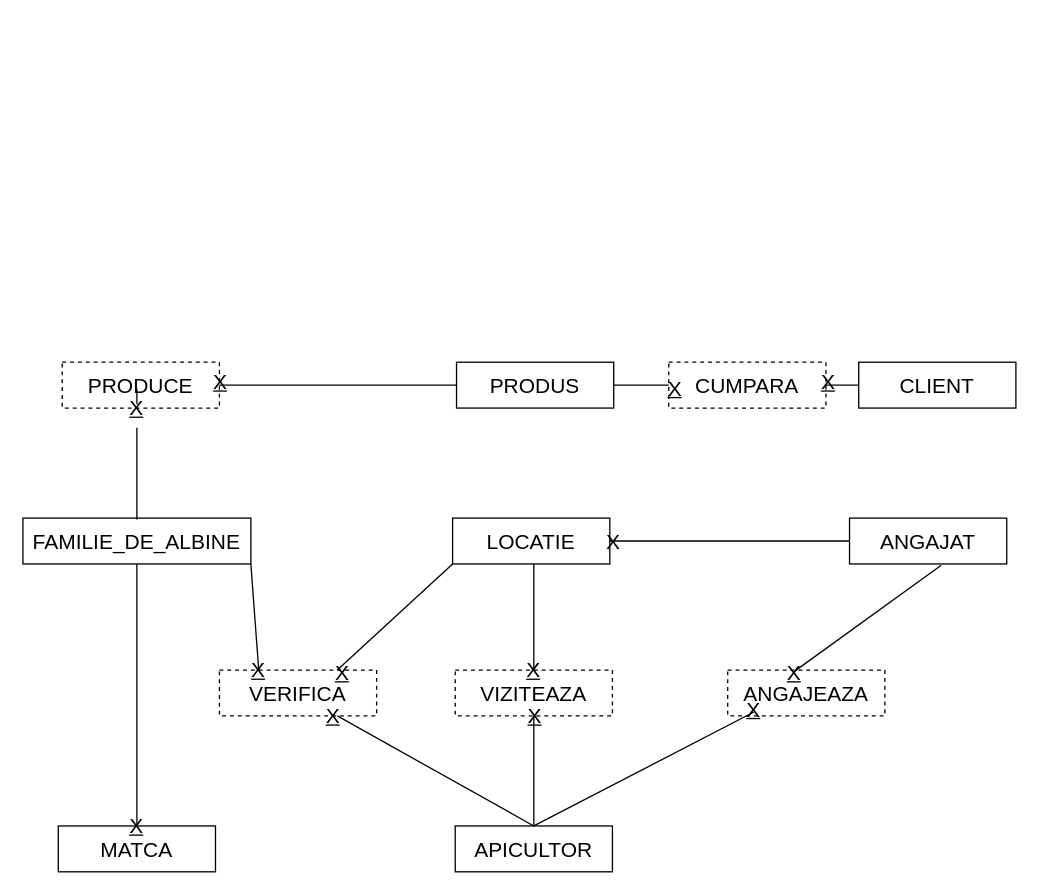
This is page "Pagina-2" (2 of 2) of Diagramă fără titlu.drawio from Matoka26/DataBase-Stupina, a draw.io file, before an edit. Source tidied: cells renumbered, new cells numbered last; positions are measured from the earlier drawing's top-left corner, leaving out a move shared by most shapes. Both pictures are drawn from the tidied source at 131%, with x=0, y=0 at pixel (22, 362).
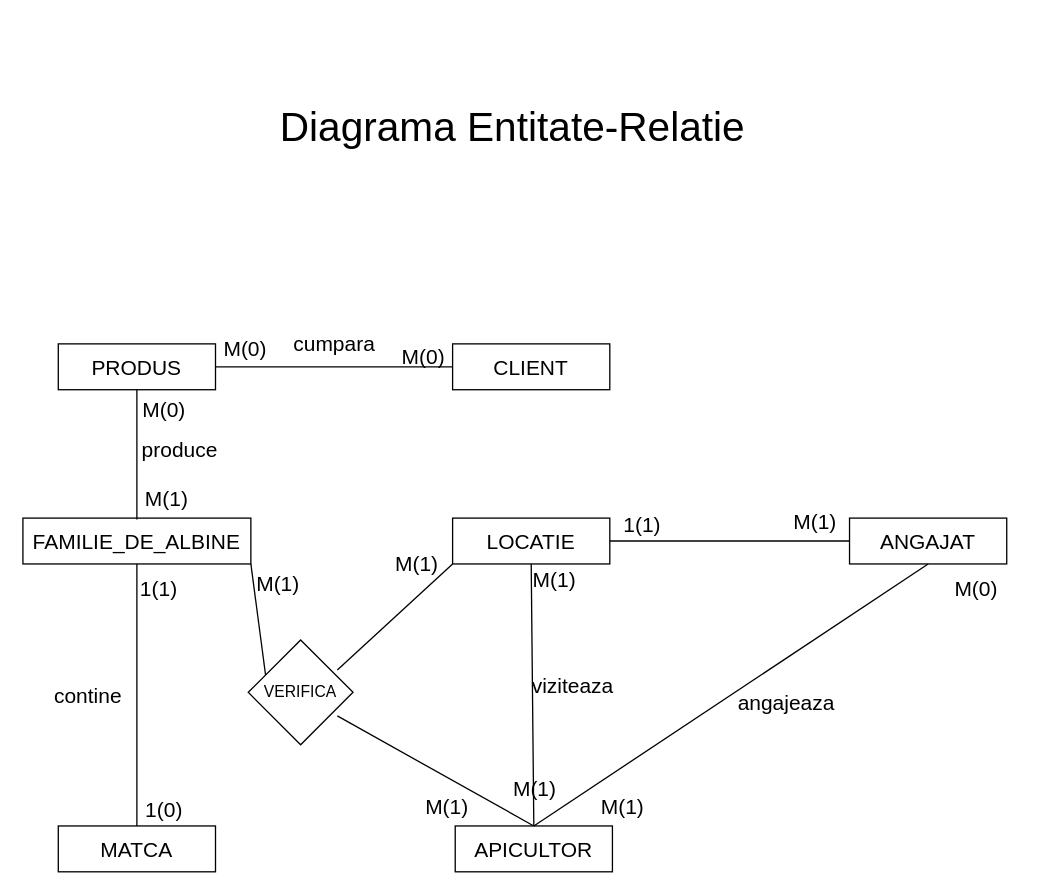
Above is the later version.

Unchanged cells that the change refers to:
```xml
<mxCell id="5" value="FAMILIE_DE_ALBINE" style="rounded=0;whiteSpace=wrap;html=1;fontSize=16;" parent="1" vertex="1">
  <mxGeometry y="119" width="174" height="35" as="geometry" />
</mxCell>
<mxCell id="6" value="ANGAJAT" style="rounded=0;whiteSpace=wrap;html=1;fontSize=16;" parent="1" vertex="1">
  <mxGeometry x="631" y="119" width="120" height="35" as="geometry" />
</mxCell>
<mxCell id="7" value="LOCATIE" style="rounded=0;whiteSpace=wrap;html=1;fontSize=16;" parent="1" vertex="1">
  <mxGeometry x="328" y="119" width="120" height="35" as="geometry" />
</mxCell>
<mxCell id="8" value="APICULTOR" style="rounded=0;whiteSpace=wrap;html=1;fontSize=16;" parent="1" vertex="1">
  <mxGeometry x="330" y="354" width="120" height="35" as="geometry" />
</mxCell>
```

Change to the diagram source:
```diff
@@
     <mxCell id="2" value="PRODUS" style="rounded=0;whiteSpace=wrap;html=1;fontSize=16;" parent="1" vertex="1">
-      <mxGeometry x="331" width="120" height="35" as="geometry" />
+      <mxGeometry x="27" y="-14" width="120" height="35" as="geometry" />
     </mxCell>
     <mxCell id="3" value="CLIENT" style="rounded=0;whiteSpace=wrap;html=1;fontSize=16;" parent="1" vertex="1">
-      <mxGeometry x="638" width="120" height="35" as="geometry" />
+      <mxGeometry x="328" y="-14" width="120" height="35" as="geometry" />
     </mxCell>
@@
-    <mxCell id="9" value="CUMPARA" style="rounded=0;whiteSpace=wrap;html=1;fontSize=16;dashed=1;" parent="1" vertex="1">
-      <mxGeometry x="493" width="120" height="35" as="geometry" />
-    </mxCell>
-    <mxCell id="10" value="ANGAJEAZA" style="rounded=0;whiteSpace=wrap;html=1;fontSize=16;dashed=1;" parent="1" vertex="1">
-      <mxGeometry x="538" y="235" width="120" height="35" as="geometry" />
-    </mxCell>
-    <mxCell id="11" value="PRODUCE" style="rounded=0;whiteSpace=wrap;html=1;fontSize=16;dashed=1;" parent="1" vertex="1">
-      <mxGeometry x="30" width="120" height="35" as="geometry" />
-    </mxCell>
-    <mxCell id="12" value="VERIFICA" style="rounded=0;whiteSpace=wrap;html=1;fontSize=16;dashed=1;" parent="1" vertex="1">
-      <mxGeometry x="150" y="235" width="120" height="35" as="geometry" />
-    </mxCell>
-    <mxCell id="13" value="VIZITEAZA" style="rounded=0;whiteSpace=wrap;html=1;fontSize=16;dashed=1;" parent="1" vertex="1">
-      <mxGeometry x="330" y="235" width="120" height="35" as="geometry" />
-    </mxCell>
@@
-    <mxCell id="15" style="endArrow=none;html=1;rounded=0;fontSize=12;startSize=8;endSize=8;curved=1;exitX=0.75;exitY=0;exitDx=0;exitDy=0;entryX=0;entryY=1;entryDx=0;entryDy=0;" parent="1" edge="1" source="12" target="7">
-      <mxGeometry relative="1" as="geometry" />
+    <mxCell id="15" style="endArrow=none;html=1;rounded=0;fontSize=12;startSize=8;endSize=8;curved=1;exitX=0.75;exitY=0;exitDx=0;exitDy=0;entryX=0;entryY=1;entryDx=0;entryDy=0;" parent="1" edge="1" target="7">
+      <mxGeometry relative="1" as="geometry">
+        <mxPoint x="240" y="235" as="sourcePoint" />
+      </mxGeometry>
     </mxCell>
-    <mxCell id="16" style="endArrow=none;html=1;rounded=0;fontSize=12;startSize=8;endSize=8;curved=1;exitX=1;exitY=1;exitDx=0;exitDy=0;entryX=0.25;entryY=0;entryDx=0;entryDy=0;" parent="1" edge="1" source="5" target="12">
+    <mxCell id="16" style="endArrow=none;html=1;rounded=0;fontSize=12;startSize=8;endSize=8;curved=1;exitX=1;exitY=1;exitDx=0;exitDy=0;entryX=0.165;entryY=0.332;entryDx=0;entryDy=0;entryPerimeter=0;" parent="1" edge="1" source="5" target="62">
       <mxGeometry relative="1" as="geometry" />
     </mxCell>
-    <mxCell id="17" style="endArrow=none;html=1;rounded=0;fontSize=12;startSize=8;endSize=8;curved=1;exitX=0.75;exitY=1;exitDx=0;exitDy=0;entryX=0.5;entryY=0;entryDx=0;entryDy=0;" parent="1" edge="1" source="12" target="8">
-      <mxGeometry relative="1" as="geometry" />
+    <mxCell id="17" style="endArrow=none;html=1;rounded=0;fontSize=12;startSize=8;endSize=8;curved=1;exitX=0.75;exitY=1;exitDx=0;exitDy=0;entryX=0.5;entryY=0;entryDx=0;entryDy=0;" parent="1" edge="1" target="8">
+      <mxGeometry relative="1" as="geometry">
+        <mxPoint x="240" y="270" as="sourcePoint" />
+      </mxGeometry>
     </mxCell>
-    <mxCell id="18" style="endArrow=none;html=1;rounded=0;fontSize=12;startSize=8;endSize=8;curved=1;exitX=0.5;exitY=0;exitDx=0;exitDy=0;entryX=0.5;entryY=1;entryDx=0;entryDy=0;" parent="1" edge="1" source="8" target="13">
-      <mxGeometry relative="1" as="geometry" />
-    </mxCell>
-    <mxCell id="19" style="endArrow=none;html=1;rounded=0;fontSize=12;startSize=8;endSize=8;curved=1;exitX=0.5;exitY=0;exitDx=0;exitDy=0;" parent="1" edge="1" source="13">
-      <mxGeometry relative="1" as="geometry">
-        <mxPoint x="390" y="154" as="targetPoint" />
-      </mxGeometry>
+    <mxCell id="19" style="endArrow=none;html=1;rounded=0;fontSize=12;startSize=8;endSize=8;curved=1;entryX=0.5;entryY=1;entryDx=0;entryDy=0;exitX=0.5;exitY=0;exitDx=0;exitDy=0;" parent="1" edge="1" source="8" target="7">
+      <mxGeometry relative="1" as="geometry" />
     </mxCell>
@@
-    <mxCell id="21" style="endArrow=none;html=1;rounded=0;fontSize=12;startSize=8;endSize=8;curved=1;exitX=0.5;exitY=0;exitDx=0;exitDy=0;" parent="1" edge="1" source="8">
-      <mxGeometry relative="1" as="geometry">
-        <mxPoint x="558" y="267" as="targetPoint" />
-      </mxGeometry>
+    <mxCell id="21" style="endArrow=none;html=1;rounded=0;fontSize=12;startSize=8;endSize=8;curved=1;exitX=0.5;exitY=0;exitDx=0;exitDy=0;entryX=0.5;entryY=1;entryDx=0;entryDy=0;" parent="1" edge="1" source="8" target="6">
+      <mxGeometry relative="1" as="geometry" />
     </mxCell>
-    <mxCell id="22" style="endArrow=none;html=1;rounded=0;fontSize=12;startSize=8;endSize=8;curved=1;exitX=0.433;exitY=0.007;exitDx=0;exitDy=0;exitPerimeter=0;" parent="1" edge="1" source="10">
-      <mxGeometry relative="1" as="geometry">
-        <mxPoint x="701" y="155" as="targetPoint" />
-      </mxGeometry>
-    </mxCell>
-    <mxCell id="23" style="endArrow=none;html=1;rounded=0;fontSize=12;startSize=8;endSize=8;curved=1;entryX=1;entryY=0.5;entryDx=0;entryDy=0;exitX=0;exitY=0.5;exitDx=0;exitDy=0;" parent="1" edge="1" source="9" target="2">
-      <mxGeometry relative="1" as="geometry" />
-    </mxCell>
-    <mxCell id="24" style="endArrow=none;html=1;rounded=0;fontSize=12;startSize=8;endSize=8;curved=1;exitX=0.5;exitY=0;exitDx=0;exitDy=0;" parent="1" edge="1" source="39">
-      <mxGeometry relative="1" as="geometry">
-        <mxPoint x="87" y="32" as="targetPoint" />
-      </mxGeometry>
-    </mxCell>
-    <mxCell id="25" style="endArrow=none;html=1;rounded=0;fontSize=12;startSize=8;endSize=8;curved=1;exitX=1;exitY=0.5;exitDx=0;exitDy=0;entryX=0;entryY=0.5;entryDx=0;entryDy=0;" parent="1" edge="1" source="11" target="2">
-      <mxGeometry relative="1" as="geometry" />
-    </mxCell>
-    <mxCell id="26" value="X" style="text;html=1;strokeColor=none;fillColor=none;align=center;verticalAlign=middle;whiteSpace=wrap;rounded=0;fontSize=16;" parent="1" vertex="1">
-      <mxGeometry x="421" y="121.5" width="60" height="30" as="geometry" />
-    </mxCell>
-    <mxCell id="27" value="X" style="text;html=1;strokeColor=none;fillColor=none;align=center;verticalAlign=middle;whiteSpace=wrap;rounded=0;fontSize=16;fontStyle=4;" parent="1" vertex="1">
-      <mxGeometry x="150" y="220" width="60" height="30" as="geometry" />
-    </mxCell>
-    <mxCell id="28" value="X" style="text;html=1;strokeColor=none;fillColor=none;align=center;verticalAlign=middle;whiteSpace=wrap;rounded=0;fontSize=16;fontStyle=4;" parent="1" vertex="1">
-      <mxGeometry x="57" y="339" width="60" height="30" as="geometry" />
-    </mxCell>
-    <mxCell id="29" value="X" style="text;html=1;strokeColor=none;fillColor=none;align=center;verticalAlign=middle;whiteSpace=wrap;rounded=0;fontSize=16;fontStyle=4;" parent="1" vertex="1">
-      <mxGeometry x="214" y="222" width="60" height="30" as="geometry" />
-    </mxCell>
-    <mxCell id="30" value="X" style="text;html=1;strokeColor=none;fillColor=none;align=center;verticalAlign=middle;whiteSpace=wrap;rounded=0;fontSize=16;fontStyle=4;" parent="1" vertex="1">
-      <mxGeometry x="207" y="255" width="60" height="30" as="geometry" />
-    </mxCell>
-    <mxCell id="31" value="X" style="text;html=1;strokeColor=none;fillColor=none;align=center;verticalAlign=middle;whiteSpace=wrap;rounded=0;fontSize=16;fontStyle=4;" parent="1" vertex="1">
-      <mxGeometry x="360" y="220" width="60" height="30" as="geometry" />
-    </mxCell>
-    <mxCell id="32" value="X" style="text;html=1;strokeColor=none;fillColor=none;align=center;verticalAlign=middle;whiteSpace=wrap;rounded=0;fontSize=16;fontStyle=4;" parent="1" vertex="1">
-      <mxGeometry x="361" y="255" width="60" height="30" as="geometry" />
-    </mxCell>
-    <mxCell id="33" value="X" style="text;html=1;strokeColor=none;fillColor=none;align=center;verticalAlign=middle;whiteSpace=wrap;rounded=0;fontSize=16;fontStyle=4;" parent="1" vertex="1">
-      <mxGeometry x="121" width="60" height="30" as="geometry" />
-    </mxCell>
-    <mxCell id="34" value="X" style="text;html=1;strokeColor=none;fillColor=none;align=center;verticalAlign=middle;whiteSpace=wrap;rounded=0;fontSize=16;fontStyle=4;" parent="1" vertex="1">
-      <mxGeometry x="585" width="60" height="30" as="geometry" />
-    </mxCell>
-    <mxCell id="35" value="X" style="text;html=1;strokeColor=none;fillColor=none;align=center;verticalAlign=middle;whiteSpace=wrap;rounded=0;fontSize=16;fontStyle=4;" parent="1" vertex="1">
-      <mxGeometry x="528" y="250" width="60" height="30" as="geometry" />
-    </mxCell>
-    <mxCell id="36" value="X" style="text;html=1;strokeColor=none;fillColor=none;align=center;verticalAlign=middle;whiteSpace=wrap;rounded=0;fontSize=16;fontStyle=4;" parent="1" vertex="1">
-      <mxGeometry x="559" y="222" width="60" height="30" as="geometry" />
-    </mxCell>
-    <mxCell id="37" value="X" style="text;html=1;strokeColor=none;fillColor=none;align=center;verticalAlign=middle;whiteSpace=wrap;rounded=0;fontSize=16;fontStyle=4;" parent="1" vertex="1">
-      <mxGeometry x="468" y="5" width="60" height="30" as="geometry" />
-    </mxCell>
-    <mxCell id="38" style="endArrow=none;html=1;rounded=0;fontSize=12;startSize=8;endSize=8;curved=1;exitX=0.5;exitY=0;exitDx=0;exitDy=0;" parent="1" edge="1" target="39">
+    <mxCell id="38" style="endArrow=none;html=1;rounded=0;fontSize=12;startSize=8;endSize=8;curved=1;exitX=0.5;exitY=0;exitDx=0;exitDy=0;entryX=0.5;entryY=1;entryDx=0;entryDy=0;" parent="1" edge="1" target="2">
       <mxGeometry relative="1" as="geometry">
         <mxPoint x="87" y="120" as="sourcePoint" />
       </mxGeometry>
     </mxCell>
-    <mxCell id="39" value="X" style="text;html=1;strokeColor=none;fillColor=none;align=center;verticalAlign=middle;whiteSpace=wrap;rounded=0;fontSize=16;fontStyle=4;" parent="1" vertex="1">
-      <mxGeometry x="57" y="20" width="60" height="30" as="geometry" />
-    </mxCell>
-    <mxCell id="40" style="endArrow=none;html=1;rounded=0;fontSize=12;startSize=8;endSize=8;curved=1;exitX=1;exitY=0.5;exitDx=0;exitDy=0;entryX=0;entryY=0.5;entryDx=0;entryDy=0;" parent="1" edge="1" source="9" target="3">
+    <mxCell id="40" style="endArrow=none;html=1;rounded=0;fontSize=12;startSize=8;endSize=8;curved=1;exitX=1;exitY=0.5;exitDx=0;exitDy=0;entryX=0;entryY=0.5;entryDx=0;entryDy=0;" parent="1" edge="1" source="2" target="3">
       <mxGeometry relative="1" as="geometry" />
     </mxCell>
+    <mxCell id="41" value="&lt;font style=&quot;font-size: 31px;&quot;&gt;Diagrama Entitate-Relatie&lt;/font&gt;" style="text;html=1;strokeColor=none;fillColor=none;align=center;verticalAlign=middle;whiteSpace=wrap;rounded=0;fontSize=16;" parent="1" vertex="1">
+      <mxGeometry x="95" y="-259" width="558" height="160" as="geometry" />
+    </mxCell>
+    <mxCell id="42" value="M(1)" style="text;html=1;strokeColor=none;fillColor=none;align=center;verticalAlign=middle;whiteSpace=wrap;rounded=0;fontSize=16;" parent="1" vertex="1">
+      <mxGeometry x="294" y="324" width="60" height="30" as="geometry" />
+    </mxCell>
+    <mxCell id="43" value="M(1)" style="text;html=1;strokeColor=none;fillColor=none;align=center;verticalAlign=middle;whiteSpace=wrap;rounded=0;fontSize=16;" parent="1" vertex="1">
+      <mxGeometry x="271" y="139" width="60" height="30" as="geometry" />
+    </mxCell>
+    <mxCell id="44" value="M(1)" style="text;html=1;strokeColor=none;fillColor=none;align=center;verticalAlign=middle;whiteSpace=wrap;rounded=0;fontSize=16;" parent="1" vertex="1">
+      <mxGeometry x="165" y="154" width="60" height="30" as="geometry" />
+    </mxCell>
+    <mxCell id="45" value="viziteaza" style="text;html=1;strokeColor=none;fillColor=none;align=center;verticalAlign=middle;whiteSpace=wrap;rounded=0;fontSize=16;" parent="1" vertex="1">
+      <mxGeometry x="390" y="232" width="60" height="30" as="geometry" />
+    </mxCell>
+    <mxCell id="46" value="M(1)" style="text;html=1;strokeColor=none;fillColor=none;align=center;verticalAlign=middle;whiteSpace=wrap;rounded=0;fontSize=16;" parent="1" vertex="1">
+      <mxGeometry x="361" y="311" width="60" height="30" as="geometry" />
+    </mxCell>
+    <mxCell id="47" value="M(1)" style="text;html=1;strokeColor=none;fillColor=none;align=center;verticalAlign=middle;whiteSpace=wrap;rounded=0;fontSize=16;" parent="1" vertex="1">
+      <mxGeometry x="376" y="151" width="60" height="30" as="geometry" />
+    </mxCell>
+    <mxCell id="48" value="M(1)" style="text;html=1;strokeColor=none;fillColor=none;align=center;verticalAlign=middle;whiteSpace=wrap;rounded=0;fontSize=16;" parent="1" vertex="1">
+      <mxGeometry x="428" y="324" width="60" height="30" as="geometry" />
+    </mxCell>
+    <mxCell id="49" value="1(1)" style="text;html=1;strokeColor=none;fillColor=none;align=center;verticalAlign=middle;whiteSpace=wrap;rounded=0;fontSize=16;" parent="1" vertex="1">
+      <mxGeometry x="443" y="109" width="60" height="30" as="geometry" />
+    </mxCell>
+    <mxCell id="50" value="M(1)" style="text;html=1;strokeColor=none;fillColor=none;align=center;verticalAlign=middle;whiteSpace=wrap;rounded=0;fontSize=16;" parent="1" vertex="1">
+      <mxGeometry x="575" y="107" width="60" height="30" as="geometry" />
+    </mxCell>
+    <mxCell id="51" value="M(0)" style="text;html=1;strokeColor=none;fillColor=none;align=center;verticalAlign=middle;whiteSpace=wrap;rounded=0;fontSize=16;" parent="1" vertex="1">
+      <mxGeometry x="698" y="158" width="60" height="30" as="geometry" />
+    </mxCell>
+    <mxCell id="52" value="angajeaza" style="text;html=1;strokeColor=none;fillColor=none;align=center;verticalAlign=middle;whiteSpace=wrap;rounded=0;fontSize=16;" parent="1" vertex="1">
+      <mxGeometry x="553" y="245" width="60" height="30" as="geometry" />
+    </mxCell>
+    <mxCell id="53" value="1(0)" style="text;html=1;strokeColor=none;fillColor=none;align=center;verticalAlign=middle;whiteSpace=wrap;rounded=0;fontSize=16;" parent="1" vertex="1">
+      <mxGeometry x="78" y="327" width="60" height="30" as="geometry" />
+    </mxCell>
+    <mxCell id="54" value="1(1)" style="text;html=1;strokeColor=none;fillColor=none;align=center;verticalAlign=middle;whiteSpace=wrap;rounded=0;fontSize=16;" parent="1" vertex="1">
+      <mxGeometry x="74" y="158" width="60" height="30" as="geometry" />
+    </mxCell>
+    <mxCell id="55" value="contine" style="text;html=1;strokeColor=none;fillColor=none;align=center;verticalAlign=middle;whiteSpace=wrap;rounded=0;fontSize=16;" parent="1" vertex="1">
+      <mxGeometry x="20" y="240" width="60" height="30" as="geometry" />
+    </mxCell>
+    <mxCell id="56" value="produce" style="text;html=1;strokeColor=none;fillColor=none;align=center;verticalAlign=middle;whiteSpace=wrap;rounded=0;fontSize=16;" parent="1" vertex="1">
+      <mxGeometry x="90" y="52" width="60" height="30" as="geometry" />
+    </mxCell>
+    <mxCell id="57" value="M(1)" style="text;html=1;strokeColor=none;fillColor=none;align=center;verticalAlign=middle;whiteSpace=wrap;rounded=0;fontSize=16;" parent="1" vertex="1">
+      <mxGeometry x="80" y="89" width="60" height="30" as="geometry" />
+    </mxCell>
+    <mxCell id="58" value="M(0)" style="text;html=1;strokeColor=none;fillColor=none;align=center;verticalAlign=middle;whiteSpace=wrap;rounded=0;fontSize=16;" parent="1" vertex="1">
+      <mxGeometry x="78" y="21" width="60" height="30" as="geometry" />
+    </mxCell>
+    <mxCell id="59" value="cumpara" style="text;html=1;strokeColor=none;fillColor=none;align=center;verticalAlign=middle;whiteSpace=wrap;rounded=0;fontSize=16;" parent="1" vertex="1">
+      <mxGeometry x="208" y="-29" width="60" height="30" as="geometry" />
+    </mxCell>
+    <mxCell id="60" value="M(0)" style="text;html=1;strokeColor=none;fillColor=none;align=center;verticalAlign=middle;whiteSpace=wrap;rounded=0;fontSize=16;" parent="1" vertex="1">
+      <mxGeometry x="276" y="-19" width="60" height="30" as="geometry" />
+    </mxCell>
+    <mxCell id="61" value="M(0)" style="text;html=1;strokeColor=none;fillColor=none;align=center;verticalAlign=middle;whiteSpace=wrap;rounded=0;fontSize=16;" parent="1" vertex="1">
+      <mxGeometry x="140" y="-25" width="60" height="30" as="geometry" />
+    </mxCell>
+    <mxCell id="62" style="rhombus;whiteSpace=wrap;html=1;fontSize=16;" parent="1" vertex="1">
+      <mxGeometry x="172" y="212" width="80" height="80" as="geometry" />
+    </mxCell>
+    <mxCell id="12" value="VERIFICA" style="text;html=1;strokeColor=none;fillColor=none;align=center;verticalAlign=middle;whiteSpace=wrap;rounded=0;fontSize=12;" parent="1" vertex="1">
+      <mxGeometry x="182" y="237" width="60" height="30" as="geometry" />
+    </mxCell>
```
